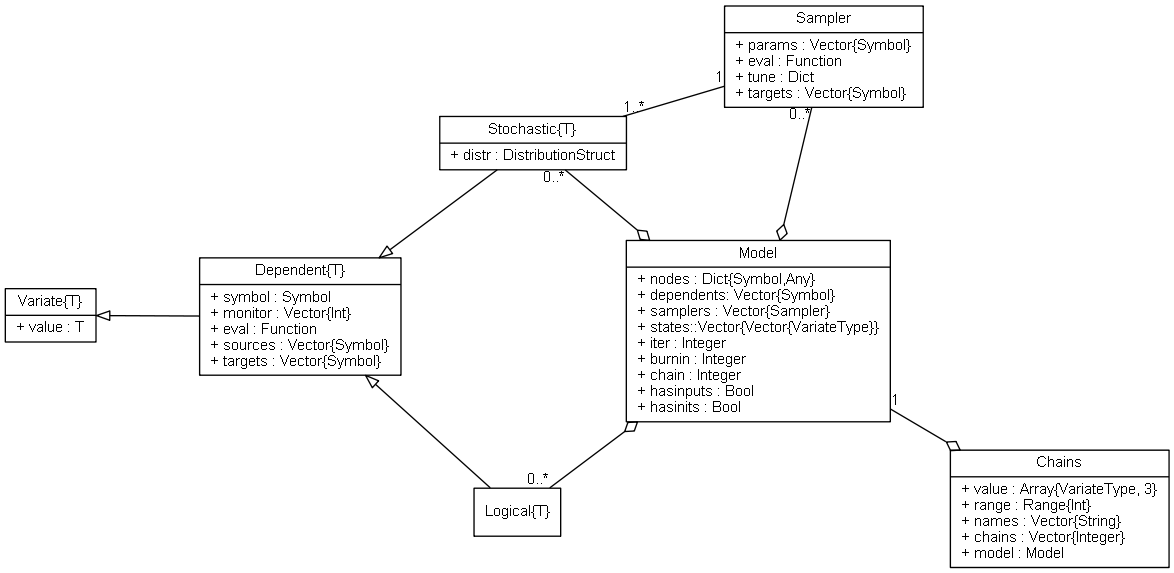
This is doc/images/mcmcUML.png from brian-j-smith/Mamba.jl, a Graphviz export, as it was before one commit. Its source is kept beside it as doc/images/mcmcUML.dot.
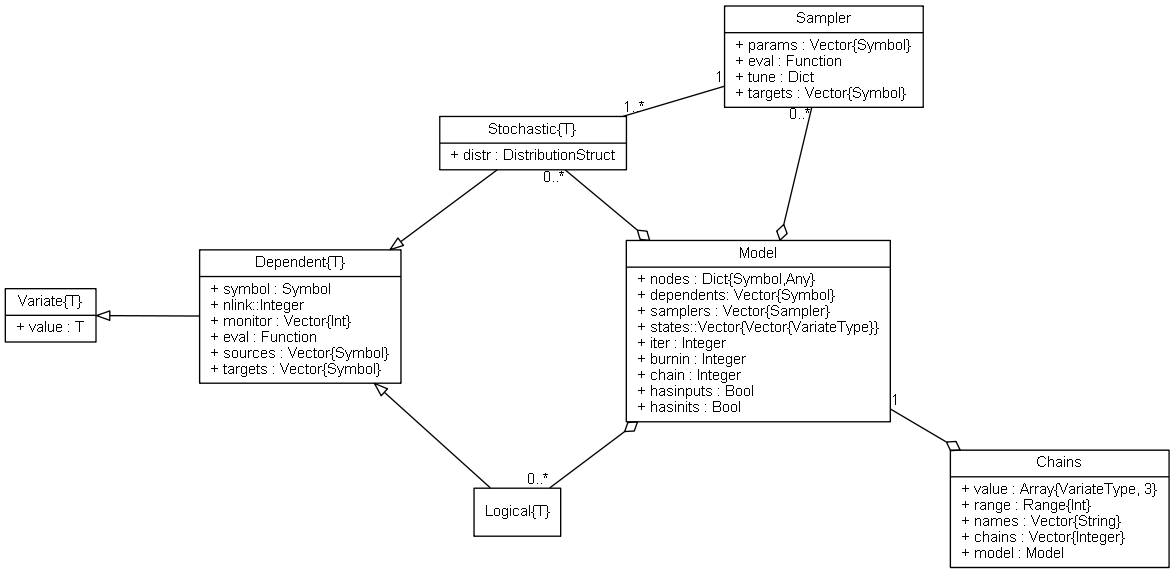
The same file after the commit.

Commit message:
Document nlink fields in Dependent types.

Change to the diagram source:
```diff
@@ -10,7 +10,7 @@
 
 	Variate [label = "{Variate\{T\}|+ value : T\l}"]
 
-	Dependent [label = "{Dependent\{T\}|+ symbol : Symbol\l+ monitor : Vector\{Int\}\l+ eval : Function\l+ sources : Vector\{Symbol\}\l+ targets : Vector\{Symbol\}\l}"]
+	Dependent [label = "{Dependent\{T\}|+ symbol : Symbol\l+ nlink::Integer\l+ monitor : Vector\{Int\}\l+ eval : Function\l+ sources : Vector\{Symbol\}\l+ targets : Vector\{Symbol\}\l}"]
 
 	Logical [label = "{Logical\{T\}}"]
 
```
